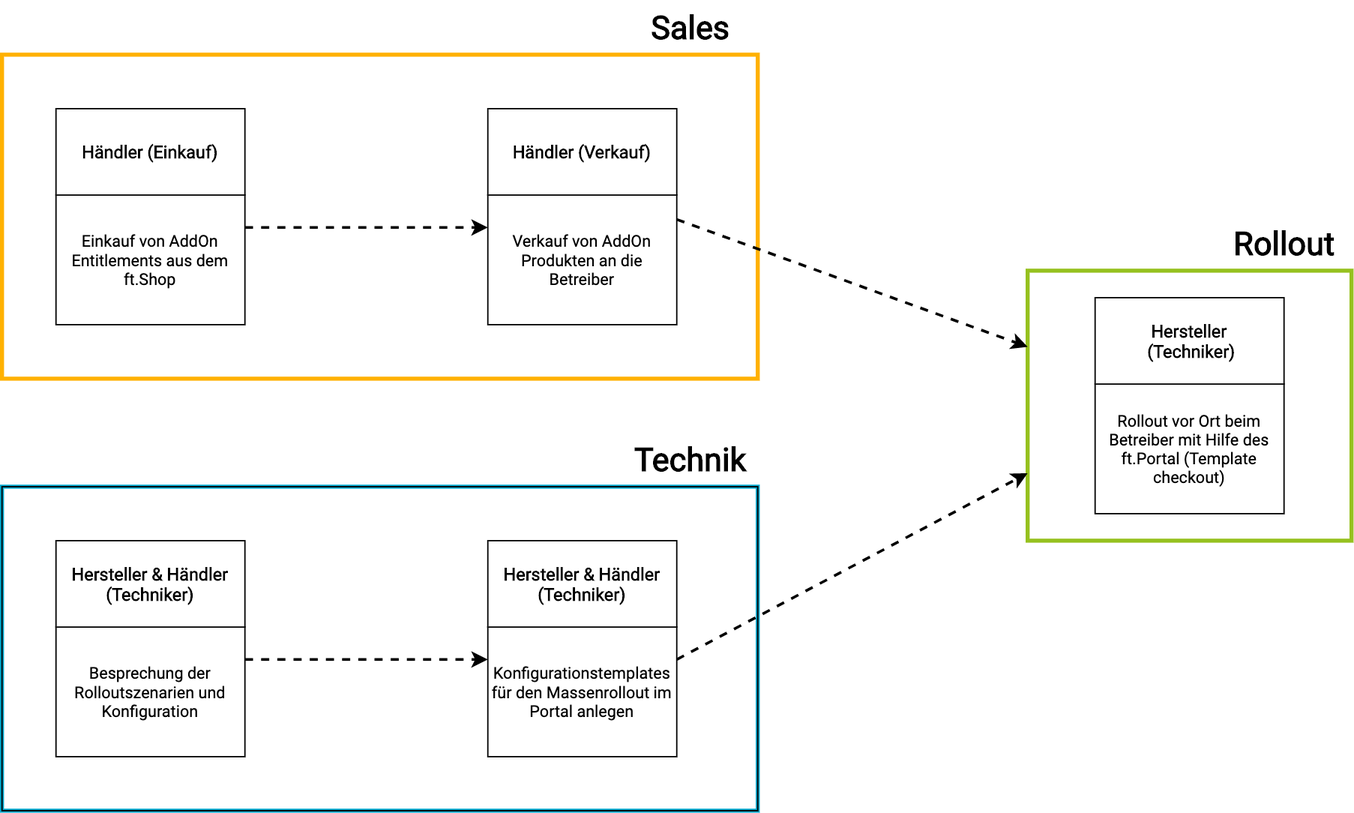
This is for-poscreators/presentation/media/rollout-vorbereitung.png from fiskaltrust/productdescription-de-doc, a draw.io export, as it was before one commit. Source tidied: cells renumbered, new cells last; positions are measured from the earlier drawing's top-left corner, leaving out a move shared by most shapes.
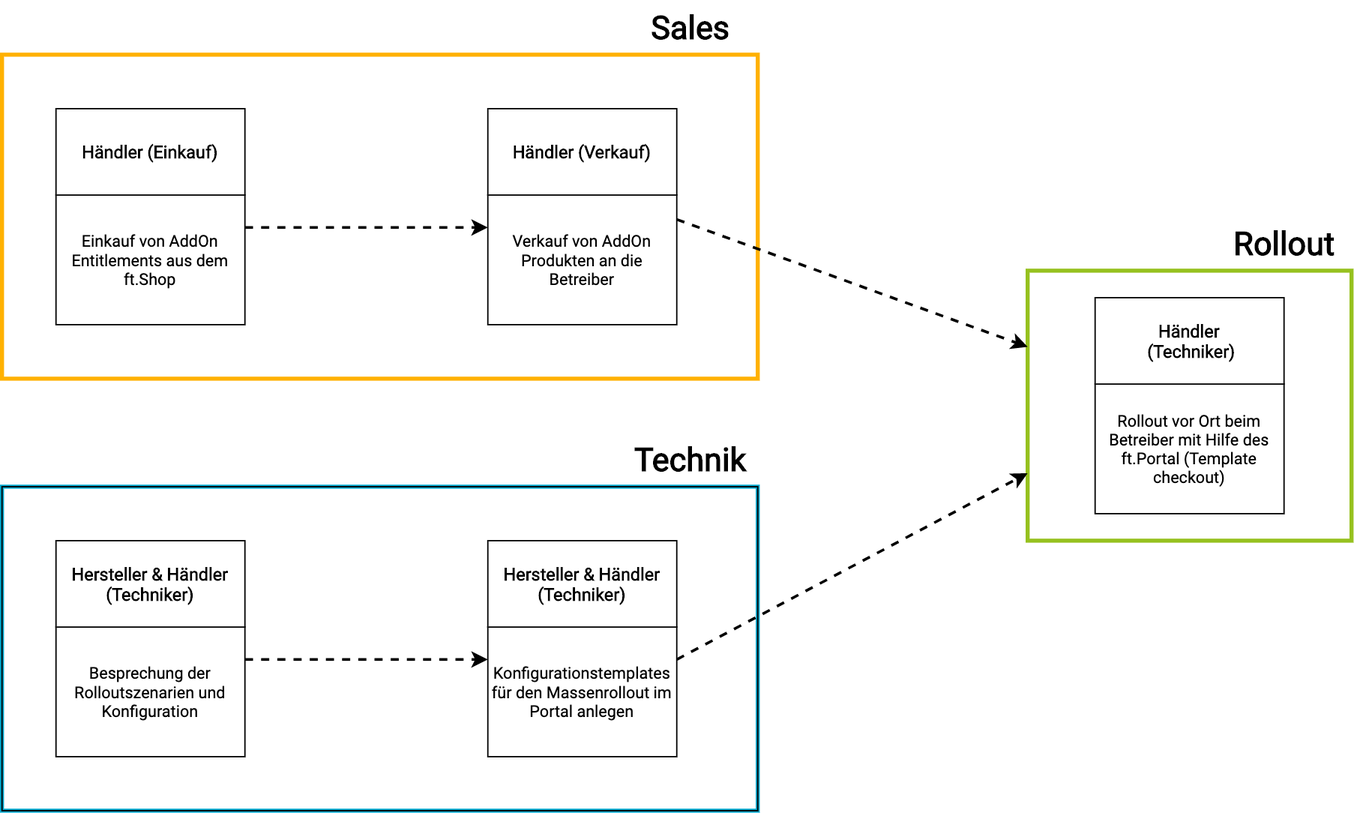
After the change.

Diff of the diagram source:
```diff
@@ -44,7 +44,7 @@
     <mxCell id="15" value="&lt;span style=&quot;font-family: &amp;#34;roboto&amp;#34;&quot;&gt;Rollout vor Ort beim Betreiber mit Hilfe des ft.Portal (Template checkout)&lt;/span&gt;" style="rounded=0;whiteSpace=wrap;html=1;" parent="1" vertex="1">
       <mxGeometry x="810" y="284" width="140" height="96" as="geometry" />
     </mxCell>
-    <mxCell id="16" value="&lt;b style=&quot;font-family: &amp;#34;roboto&amp;#34; ; font-size: 13px&quot;&gt;Hersteller&lt;br&gt;&amp;nbsp;(Techniker)&lt;/b&gt;" style="rounded=0;whiteSpace=wrap;html=1;" parent="1" vertex="1">
+    <mxCell id="16" value="&lt;b style=&quot;font-family: &amp;#34;roboto&amp;#34; ; font-size: 13px&quot;&gt;Händler&lt;br&gt;&amp;nbsp;(Techniker)&lt;/b&gt;" style="rounded=0;whiteSpace=wrap;html=1;" parent="1" vertex="1">
       <mxGeometry x="810" y="220" width="140" height="64" as="geometry" />
     </mxCell>
     <mxCell id="17" value="&lt;font face=&quot;Roboto&quot;&gt;Rollout&lt;/font&gt;" style="text;strokeColor=none;fillColor=none;html=1;fontSize=24;fontStyle=1;verticalAlign=middle;align=center;" parent="1" vertex="1">
```
